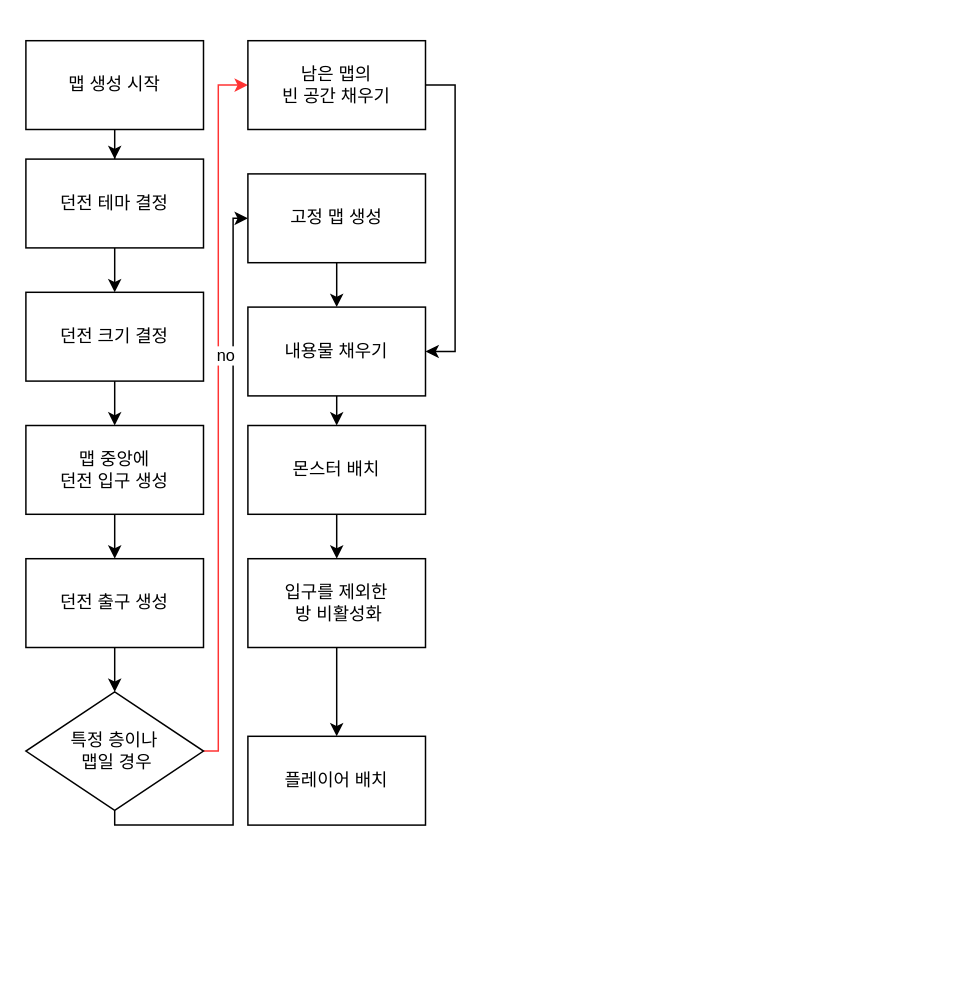
The draw.io diagram page "맵 생성" (4 of 9) of UnderTheVoid.drawio in Vu1pecu1a/UnderTheVoid, before the edit. Source tidied: cells renumbered, new cells numbered last; positions are measured from the earlier drawing's top-left corner, leaving out a move shared by most shapes. Both pictures are drawn from the tidied source at 148%, with x=0, y=0 at pixel (25, 40).
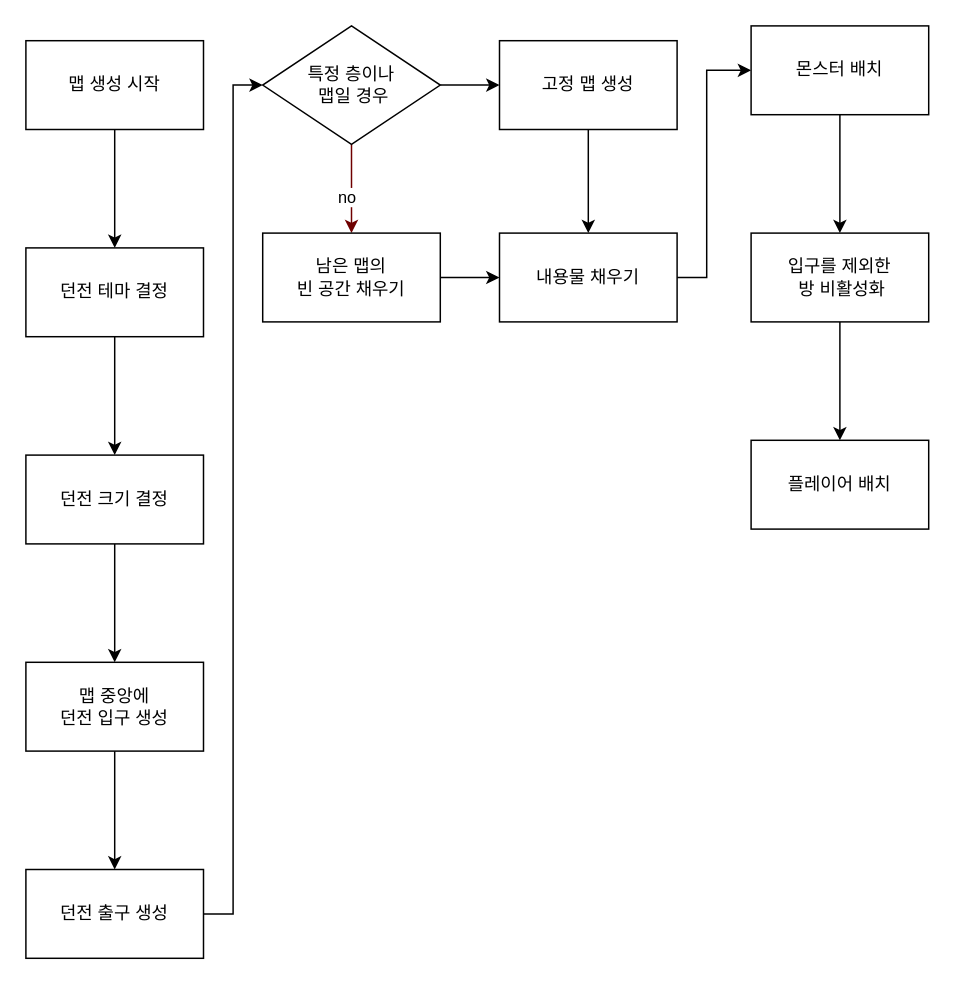
Above is the later version.

The edit, as a diff of the source:
```diff
@@
     <mxCell id="5" value="던전 테마 결정" style="rounded=0;whiteSpace=wrap;html=1;" parent="1" vertex="1">
-      <mxGeometry y="80" width="120" height="60" as="geometry" />
+      <mxGeometry y="140" width="120" height="60" as="geometry" />
     </mxCell>
@@
     <mxCell id="7" value="던전 크기 결정" style="whiteSpace=wrap;html=1;rounded=0;" parent="1" vertex="1">
-      <mxGeometry y="170" width="120" height="60" as="geometry" />
+      <mxGeometry y="280" width="120" height="60" as="geometry" />
     </mxCell>
@@
     <mxCell id="9" value="맵 중앙에&lt;br&gt;던전 입구 생성" style="rounded=0;whiteSpace=wrap;html=1;" parent="1" vertex="1">
-      <mxGeometry y="260" width="120" height="60" as="geometry" />
+      <mxGeometry y="420" width="120" height="60" as="geometry" />
     </mxCell>
     <mxCell id="10" value="던전 출구 생성" style="rounded=0;whiteSpace=wrap;html=1;" parent="1" vertex="1">
-      <mxGeometry y="350" width="120" height="60" as="geometry" />
+      <mxGeometry y="560" width="120" height="60" as="geometry" />
     </mxCell>
     <mxCell id="11" style="edgeStyle=orthogonalEdgeStyle;rounded=0;jettySize=auto;html=1;" parent="1" edge="1" source="14" target="16">
-      <mxGeometry relative="1" as="geometry">
-        <Array as="points">
-          <mxPoint x="60" y="530" />
-          <mxPoint x="140" y="530" />
-          <mxPoint x="140" y="120" />
-        </Array>
-      </mxGeometry>
+      <mxGeometry relative="1" as="geometry" />
     </mxCell>
-    <mxCell id="12" style="edgeStyle=orthogonalEdgeStyle;rounded=0;jettySize=auto;html=1;fillColor=#a20025;strokeColor=#FF3333;" parent="1" edge="1" source="14" target="26">
-      <mxGeometry relative="1" as="geometry">
-        <Array as="points">
-          <mxPoint x="130" y="480" />
-          <mxPoint x="130" y="30" />
-        </Array>
-      </mxGeometry>
+    <mxCell id="12" style="edgeStyle=orthogonalEdgeStyle;rounded=0;jettySize=auto;html=1;fillColor=#a20025;strokeColor=#6F0000;" parent="1" edge="1" source="14" target="26">
+      <mxGeometry relative="1" as="geometry" />
     </mxCell>
@@
     <mxCell id="14" value="특정 층이나&lt;br&gt;&amp;nbsp;맵일 경우" style="rhombus;whiteSpace=wrap;html=1;rounded=0;" parent="1" vertex="1">
-      <mxGeometry y="440" width="120" height="80" as="geometry" />
+      <mxGeometry x="160" y="-10" width="120" height="80" as="geometry" />
     </mxCell>
@@
     <mxCell id="16" value="고정 맵 생성" style="whiteSpace=wrap;html=1;rounded=0;" parent="1" vertex="1">
-      <mxGeometry x="150" y="90" width="120" height="60" as="geometry" />
+      <mxGeometry x="320" width="120" height="60" as="geometry" />
     </mxCell>
     <mxCell id="17" style="edgeStyle=orthogonalEdgeStyle;rounded=0;jettySize=auto;html=1;" parent="1" edge="1" source="26" target="19">
-      <mxGeometry relative="1" as="geometry">
-        <Array as="points">
-          <mxPoint x="290" y="30" />
-          <mxPoint x="290" y="210" />
-        </Array>
-      </mxGeometry>
+      <mxGeometry relative="1" as="geometry" />
     </mxCell>
-    <mxCell id="18" style="edgeStyle=orthogonalEdgeStyle;rounded=0;jettySize=auto;html=1;" parent="1" edge="1" source="19" target="21">
+    <mxCell id="18" style="edgeStyle=orthogonalEdgeStyle;rounded=0;jettySize=auto;html=1;entryX=0;entryY=0.5;entryDx=0;entryDy=0;" parent="1" edge="1" source="19" target="21">
       <mxGeometry relative="1" as="geometry">
         <Array as="points">
-          <mxPoint x="210" y="280" />
-          <mxPoint x="210" y="280" />
+          <mxPoint x="460" y="160" />
+          <mxPoint x="460" y="20" />
+          <mxPoint x="480" y="20" />
         </Array>
       </mxGeometry>
     </mxCell>
     <mxCell id="19" value="내용물 채우기" style="whiteSpace=wrap;html=1;rounded=0;" parent="1" vertex="1">
-      <mxGeometry x="150" y="180" width="120" height="60" as="geometry" />
+      <mxGeometry x="320" y="130" width="120" height="60" as="geometry" />
     </mxCell>
@@
     <mxCell id="21" value="몬스터 배치" style="rounded=0;whiteSpace=wrap;html=1;" parent="1" vertex="1">
-      <mxGeometry x="150" y="260" width="120" height="60" as="geometry" />
+      <mxGeometry x="490" y="-10" width="120" height="60" as="geometry" />
     </mxCell>
@@
     <mxCell id="23" value="입구를 제외한&lt;br&gt;&amp;nbsp;방 비활성화" style="rounded=0;whiteSpace=wrap;html=1;" parent="1" vertex="1">
-      <mxGeometry x="150" y="350" width="120" height="60" as="geometry" />
+      <mxGeometry x="490" y="130" width="120" height="60" as="geometry" />
     </mxCell>
     <mxCell id="24" value="플레이어 배치" style="rounded=0;whiteSpace=wrap;html=1;" parent="1" vertex="1">
-      <mxGeometry x="150" y="470" width="120" height="60" as="geometry" />
+      <mxGeometry x="490" y="270" width="120" height="60" as="geometry" />
     </mxCell>
-    <mxCell id="25" style="edgeStyle=orthogonalEdgeStyle;rounded=0;jettySize=auto;html=1;" parent="1" edge="1" source="10" target="14">
+    <mxCell id="25" style="edgeStyle=orthogonalEdgeStyle;rounded=0;jettySize=auto;html=1;entryX=0;entryY=0.5;entryDx=0;entryDy=0;" parent="1" edge="1" source="10" target="14">
       <mxGeometry relative="1" as="geometry">
         <Array as="points">
-          <mxPoint x="60" y="460" />
-          <mxPoint x="60" y="460" />
+          <mxPoint x="140" y="590" />
+          <mxPoint x="140" y="30" />
         </Array>
       </mxGeometry>
     </mxCell>
     <mxCell id="26" value="남은 맵의 &lt;br&gt;빈 공간 채우기" style="whiteSpace=wrap;html=1;rounded=0;" parent="1" vertex="1">
-      <mxGeometry x="150" width="120" height="60" as="geometry" />
+      <mxGeometry x="160" y="130" width="120" height="60" as="geometry" />
     </mxCell>
```
